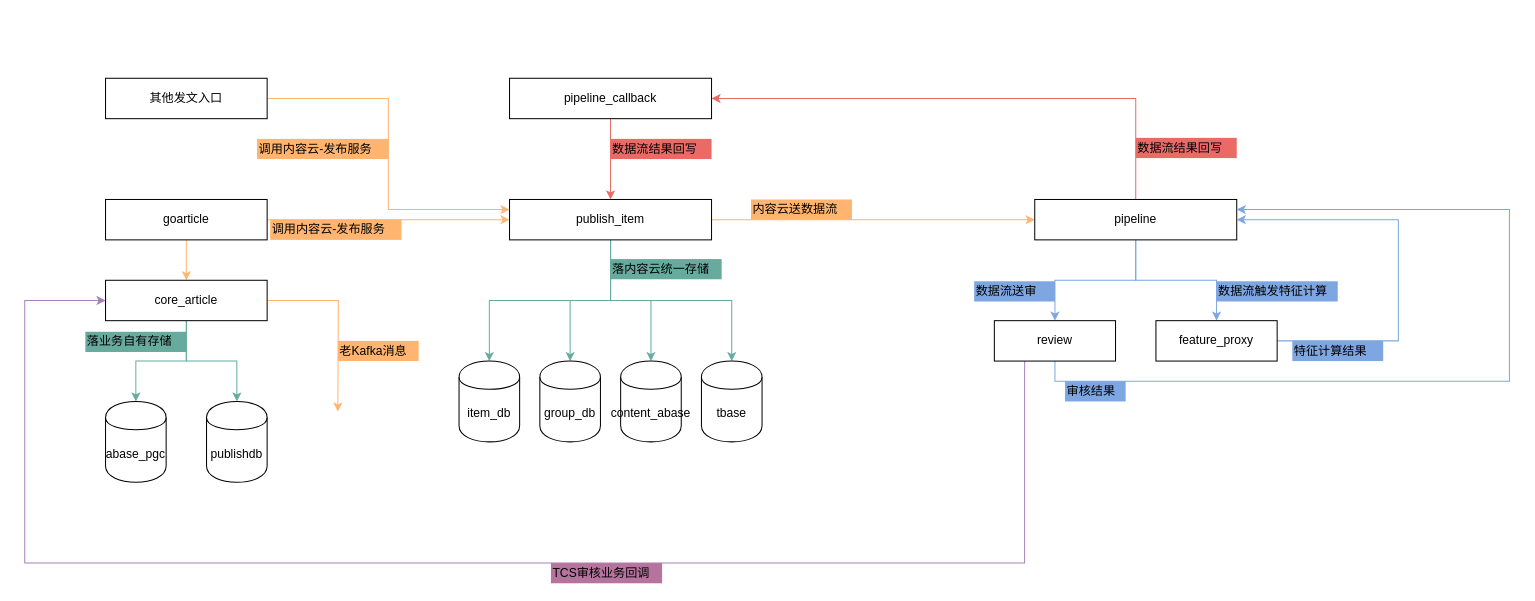
Earlier version of the draw.io diagram page "create_item" (1 of 3) of publish_item.drawio (Jessie-via/for_drawio). Source tidied: cells renumbered, new cells numbered last; positions are measured from the earlier drawing's top-left corner, leaving out a move shared by most shapes. Both pictures are drawn from the tidied source at 101%, with x=0, y=0 at pixel (24, 78).
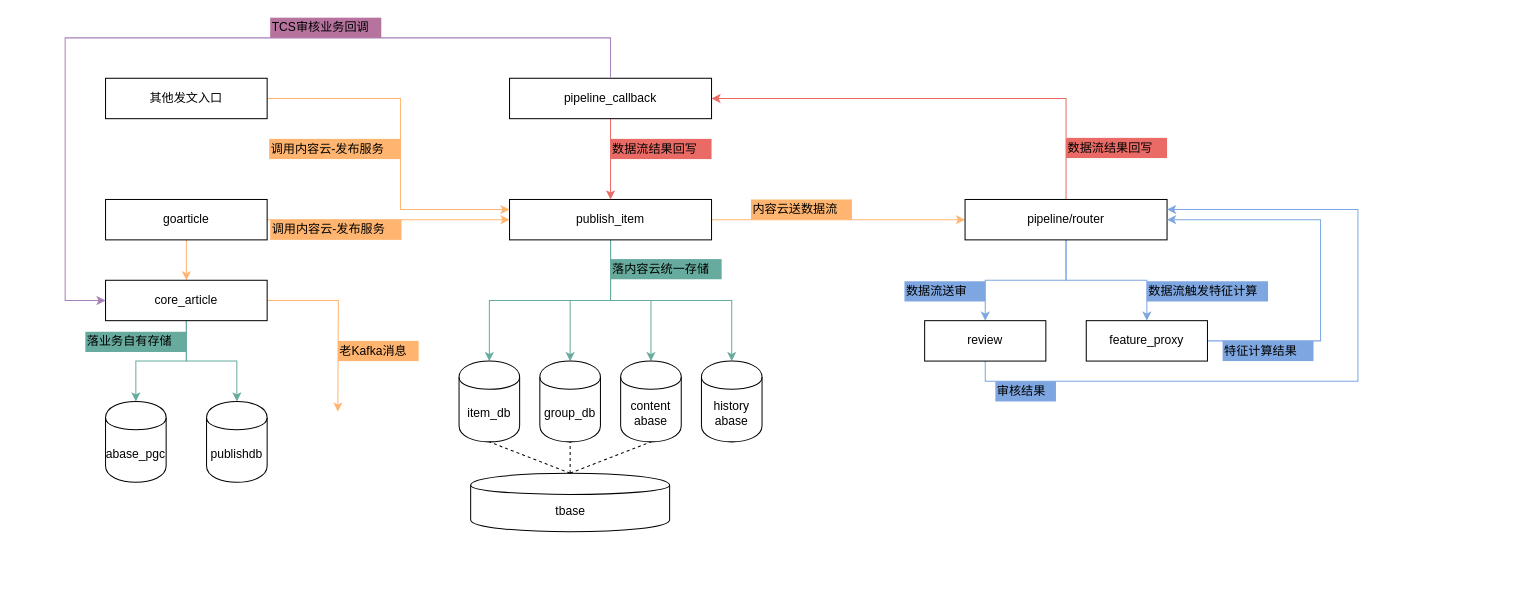
The same diagram, later.

The change refers to these unchanged cells:
```xml
<mxCell id="8" value="core_article" style="rounded=0;whiteSpace=wrap;html=1;" parent="1" vertex="1">
  <mxGeometry x="80" y="200" width="160" height="40" as="geometry" />
</mxCell>
<mxCell id="16" value="publish_item" style="rounded=0;whiteSpace=wrap;html=1;" parent="1" vertex="1">
  <mxGeometry x="480" y="120" width="200" height="40" as="geometry" />
</mxCell>
<mxCell id="17" value="item_db" style="shape=cylinder;whiteSpace=wrap;html=1;boundedLbl=1;backgroundOutline=1;" parent="1" vertex="1">
  <mxGeometry x="430" y="280" width="60" height="80" as="geometry" />
</mxCell>
<mxCell id="18" value="group_db" style="shape=cylinder;whiteSpace=wrap;html=1;boundedLbl=1;backgroundOutline=1;" parent="1" vertex="1">
  <mxGeometry x="510" y="280" width="60" height="80" as="geometry" />
</mxCell>
<mxCell id="26" value="pipeline_callback" style="rounded=0;whiteSpace=wrap;html=1;" parent="1" vertex="1">
  <mxGeometry x="480" width="200" height="40" as="geometry" />
</mxCell>
<mxCell id="34" value="其他发文入口" style="rounded=0;whiteSpace=wrap;html=1;" parent="1" vertex="1">
  <mxGeometry x="80" width="160" height="40" as="geometry" />
</mxCell>
```

What changed in the source:
```diff
@@
-    <mxCell id="19" value="content_abase" style="shape=cylinder;whiteSpace=wrap;html=1;boundedLbl=1;backgroundOutline=1;" parent="1" vertex="1">
+    <mxCell id="19" value="content&lt;br&gt;abase" style="shape=cylinder;whiteSpace=wrap;html=1;boundedLbl=1;backgroundOutline=1;" parent="1" vertex="1">
       <mxGeometry x="590" y="280" width="60" height="80" as="geometry" />
     </mxCell>
-    <mxCell id="20" value="tbase" style="shape=cylinder;whiteSpace=wrap;html=1;boundedLbl=1;backgroundOutline=1;" parent="1" vertex="1">
+    <mxCell id="20" value="history&lt;br&gt;abase" style="shape=cylinder;whiteSpace=wrap;html=1;boundedLbl=1;backgroundOutline=1;" parent="1" vertex="1">
       <mxGeometry x="670" y="280" width="60" height="80" as="geometry" />
     </mxCell>
@@
-    <mxCell id="24" value="pipeline" style="rounded=0;whiteSpace=wrap;html=1;" parent="1" vertex="1">
-      <mxGeometry x="1000" y="120" width="200" height="40" as="geometry" />
+    <mxCell id="24" value="pipeline/router" style="rounded=0;whiteSpace=wrap;html=1;" parent="1" vertex="1">
+      <mxGeometry x="931" y="120" width="200" height="40" as="geometry" />
     </mxCell>
@@
     <mxCell id="27" style="edgeStyle=orthogonalEdgeStyle;rounded=0;jettySize=auto;html=1;entryX=1;entryY=0.25;entryDx=0;entryDy=0;strokeColor=#7EA6E0;exitX=0.5;exitY=1;exitDx=0;exitDy=0;" parent="1" edge="1" source="29" target="24">
       <mxGeometry relative="1" as="geometry">
         <Array as="points">
-          <mxPoint x="1020" y="300" />
-          <mxPoint x="1470" y="300" />
-          <mxPoint x="1470" y="130" />
+          <mxPoint x="951" y="300" />
+          <mxPoint x="1320" y="300" />
+          <mxPoint x="1320" y="130" />
         </Array>
       </mxGeometry>
     </mxCell>
-    <mxCell id="28" style="edgeStyle=orthogonalEdgeStyle;rounded=0;jettySize=auto;html=1;exitX=0.25;exitY=1;exitDx=0;exitDy=0;entryX=0;entryY=0.5;entryDx=0;entryDy=0;strokeColor=#A680B8;" parent="1" edge="1" source="29" target="8">
+    <mxCell id="28" style="edgeStyle=orthogonalEdgeStyle;rounded=0;jettySize=auto;html=1;exitX=0.5;exitY=0;exitDx=0;exitDy=0;entryX=0;entryY=0.5;entryDx=0;entryDy=0;strokeColor=#A680B8;" parent="1" edge="1" source="26" target="8">
       <mxGeometry relative="1" as="geometry">
         <Array as="points">
-          <mxPoint x="990" y="480" />
-          <mxPoint y="480" />
-          <mxPoint y="220" />
+          <mxPoint x="580" y="-40" />
+          <mxPoint x="40" y="-40" />
+          <mxPoint x="40" y="220" />
         </Array>
       </mxGeometry>
     </mxCell>
     <mxCell id="29" value="review" style="rounded=0;whiteSpace=wrap;html=1;" parent="1" vertex="1">
-      <mxGeometry x="960" y="240" width="120" height="40" as="geometry" />
+      <mxGeometry x="891" y="240" width="120" height="40" as="geometry" />
     </mxCell>
     <mxCell id="30" style="edgeStyle=orthogonalEdgeStyle;rounded=0;jettySize=auto;html=1;entryX=1;entryY=0.5;entryDx=0;entryDy=0;strokeColor=#7EA6E0;exitX=1;exitY=0.5;exitDx=0;exitDy=0;" parent="1" edge="1" source="31" target="24">
       <mxGeometry relative="1" as="geometry">
         <Array as="points">
-          <mxPoint x="1360" y="260" />
-          <mxPoint x="1360" y="140" />
+          <mxPoint x="1283" y="260" />
+          <mxPoint x="1283" y="140" />
         </Array>
       </mxGeometry>
     </mxCell>
     <mxCell id="31" value="feature_proxy" style="rounded=0;whiteSpace=wrap;html=1;" parent="1" vertex="1">
-      <mxGeometry x="1120" y="240" width="120" height="40" as="geometry" />
+      <mxGeometry x="1051" y="240" width="120" height="40" as="geometry" />
     </mxCell>
@@
     <mxCell id="33" style="edgeStyle=orthogonalEdgeStyle;rounded=0;jettySize=auto;html=1;entryX=0;entryY=0.25;entryDx=0;entryDy=0;strokeColor=#FFB570;" parent="1" edge="1" source="34" target="16">
-      <mxGeometry relative="1" as="geometry" />
+      <mxGeometry relative="1" as="geometry">
+        <Array as="points">
+          <mxPoint x="372" y="20" />
+          <mxPoint x="372" y="130" />
+        </Array>
+      </mxGeometry>
     </mxCell>
@@
     <mxCell id="38" value="调用内容云-发布服务" style="text;html=1;align=left;verticalAlign=top;spacingTop=-4;fillColor=#FFB570;" parent="1" vertex="1">
-      <mxGeometry x="230" y="60" width="130" height="20" as="geometry" />
+      <mxGeometry x="242" y="60" width="130" height="20" as="geometry" />
     </mxCell>
@@
     <mxCell id="40" value="数据流送审" style="text;html=1;align=left;verticalAlign=top;spacingTop=-4;fillColor=#7EA6E0;" parent="1" vertex="1">
-      <mxGeometry x="940" y="201" width="80" height="20" as="geometry" />
+      <mxGeometry x="871" y="201" width="80" height="20" as="geometry" />
     </mxCell>
     <mxCell id="41" value="数据流触发特征计算" style="text;html=1;align=left;verticalAlign=top;spacingTop=-4;fillColor=#7EA6E0;" parent="1" vertex="1">
-      <mxGeometry x="1180" y="201" width="120" height="20" as="geometry" />
+      <mxGeometry x="1111" y="201" width="120" height="20" as="geometry" />
     </mxCell>
     <mxCell id="42" value="特征计算结果" style="text;html=1;align=left;verticalAlign=top;spacingTop=-4;fillColor=#7EA6E0;" parent="1" vertex="1">
-      <mxGeometry x="1255" y="260" width="90" height="20" as="geometry" />
+      <mxGeometry x="1186" y="260" width="90" height="20" as="geometry" />
     </mxCell>
     <mxCell id="43" value="审核结果" style="text;html=1;align=left;verticalAlign=top;spacingTop=-4;fillColor=#7EA6E0;" parent="1" vertex="1">
-      <mxGeometry x="1030" y="300" width="60" height="20" as="geometry" />
+      <mxGeometry x="961" y="300" width="60" height="20" as="geometry" />
     </mxCell>
     <mxCell id="44" value="数据流结果回写" style="text;html=1;align=left;verticalAlign=top;spacingTop=-4;fillColor=#EA6B66;" parent="1" vertex="1">
-      <mxGeometry x="1100" y="59" width="100" height="20" as="geometry" />
+      <mxGeometry x="1031" y="59" width="100" height="20" as="geometry" />
     </mxCell>
@@
     <mxCell id="46" value="TCS审核业务回调" style="text;html=1;align=left;verticalAlign=top;spacingTop=-4;fillColor=#B5739D;" parent="1" vertex="1">
-      <mxGeometry x="521" y="480" width="110" height="20" as="geometry" />
+      <mxGeometry x="243" y="-60" width="110" height="20" as="geometry" />
     </mxCell>
+    <mxCell id="47" value="tbase" style="shape=cylinder;whiteSpace=wrap;html=1;boundedLbl=1;backgroundOutline=1;" parent="1" vertex="1">
+      <mxGeometry x="441.5" y="391" width="197" height="58" as="geometry" />
+    </mxCell>
+    <mxCell id="48" style="endArrow=none;dashed=1;html=1;entryX=0.5;entryY=1;entryDx=0;entryDy=0;exitX=0.5;exitY=0;exitDx=0;exitDy=0;" parent="1" edge="1" source="47" target="17">
+      <mxGeometry relative="1" as="geometry" />
+    </mxCell>
+    <mxCell id="49" style="endArrow=none;dashed=1;html=1;entryX=0.5;entryY=1;entryDx=0;entryDy=0;exitX=0.5;exitY=0;exitDx=0;exitDy=0;" parent="1" edge="1" source="47" target="18">
+      <mxGeometry relative="1" as="geometry" />
+    </mxCell>
+    <mxCell id="50" style="endArrow=none;dashed=1;html=1;entryX=0.5;entryY=1;entryDx=0;entryDy=0;exitX=0.5;exitY=0;exitDx=0;exitDy=0;" parent="1" edge="1" source="47" target="19">
+      <mxGeometry relative="1" as="geometry" />
+    </mxCell>
```
